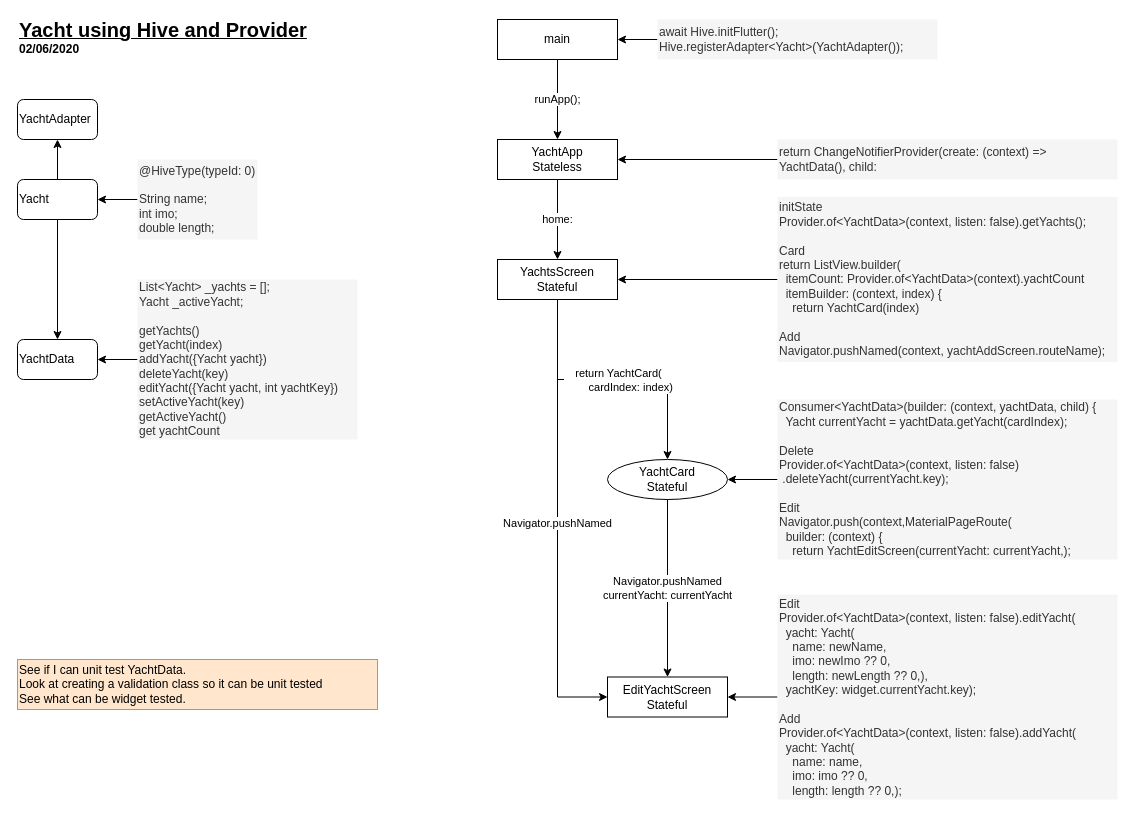
Above: documentation/HiveProvider2.drawio in RobBebb/yacht_hive (draw.io), before the change. Source tidied: cells renumbered, new cells numbered last; positions are measured from the earlier drawing's top-left corner, leaving out a move shared by most shapes. Both pictures are drawn from the tidied source at 100%, with x=0, y=0 at pixel (17, 19).
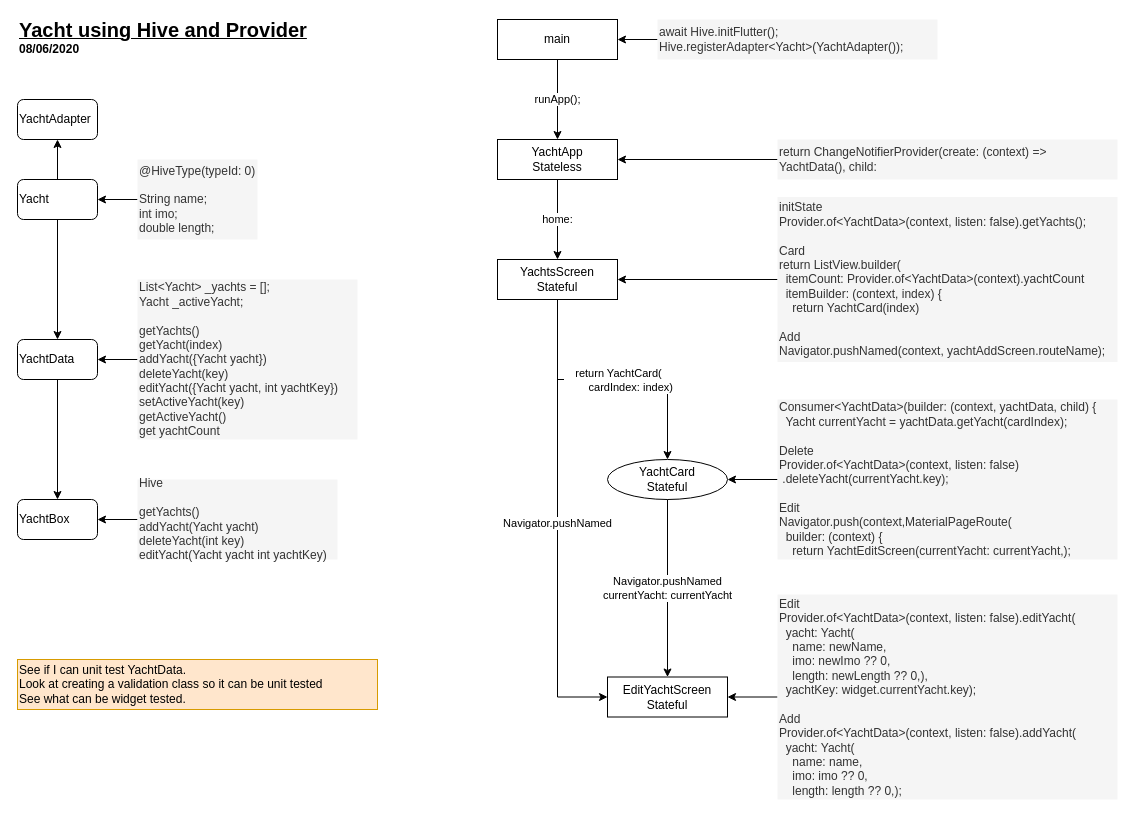
The same page after the edit.

Commit message (it also covers changes not shown here):
Working on yacht data test

Unchanged cells that the change refers to:
```xml
<mxCell id="23" value="YachtData" style="rounded=1;whiteSpace=wrap;html=1;align=left;" parent="1" vertex="1">
  <mxGeometry y="320" width="80" height="40" as="geometry" />
</mxCell>
```

The edit, as a diff of the source:
```diff
@@
+    <mxCell id="35" style="edgeStyle=orthogonalEdgeStyle;rounded=0;jettySize=auto;html=1;exitX=0.5;exitY=1;exitDx=0;exitDy=0;entryX=0.5;entryY=0;entryDx=0;entryDy=0;" parent="1" edge="1" source="23" target="36">
+      <mxGeometry relative="1" as="geometry" />
+    </mxCell>
@@
-    <mxCell id="34" value="&lt;b&gt;02/06/2020&lt;/b&gt;" style="text;html=1;strokeColor=none;fillColor=none;align=left;verticalAlign=middle;whiteSpace=wrap;rounded=0;" parent="1" vertex="1">
+    <mxCell id="34" value="&lt;b&gt;08/06/2020&lt;/b&gt;" style="text;html=1;strokeColor=none;fillColor=none;align=left;verticalAlign=middle;whiteSpace=wrap;rounded=0;" parent="1" vertex="1">
       <mxGeometry y="20" width="70" height="20" as="geometry" />
     </mxCell>
+    <mxCell id="36" value="YachtBox" style="rounded=1;whiteSpace=wrap;html=1;align=left;" parent="1" vertex="1">
+      <mxGeometry y="480" width="80" height="40" as="geometry" />
+    </mxCell>
+    <mxCell id="37" style="edgeStyle=orthogonalEdgeStyle;rounded=0;jettySize=auto;html=1;exitX=0;exitY=0.5;exitDx=0;exitDy=0;entryX=1;entryY=0.5;entryDx=0;entryDy=0;" parent="1" edge="1" source="38" target="36">
+      <mxGeometry relative="1" as="geometry" />
+    </mxCell>
+    <mxCell id="38" value="Hive&lt;br&gt;&lt;br&gt;getYachts()&lt;br&gt;addYacht(Yacht yacht)&lt;br&gt;deleteYacht(int key)&lt;br&gt;editYacht(Yacht yacht int yachtKey)" style="text;html=1;strokeColor=none;fillColor=#f5f5f5;align=left;verticalAlign=middle;whiteSpace=wrap;rounded=0;fontColor=#333333;" parent="1" vertex="1">
+      <mxGeometry x="120" y="460" width="200" height="80" as="geometry" />
+    </mxCell>
```
